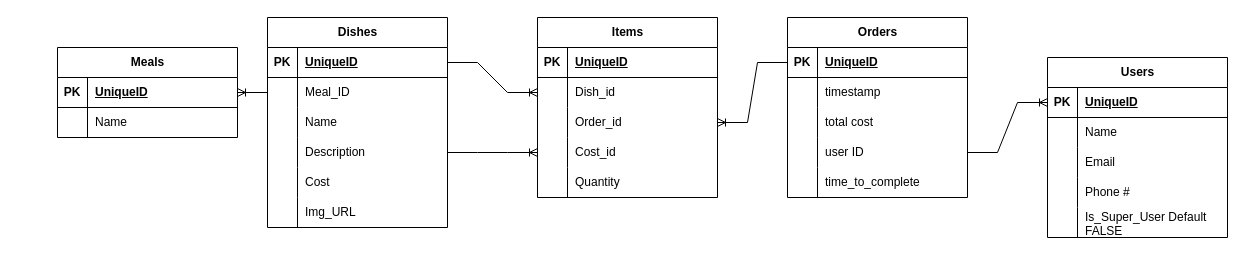
Before: planning/ED_Draft.drawio in gary92gs/foodPickupMidterm, a draw.io diagram. Source tidied: cells renumbered, new cells numbered last; positions are measured from the earlier drawing's top-left corner, leaving out a move shared by most shapes. Both pictures are drawn from the tidied source at 100%, with x=0, y=0 at pixel (57, 17).
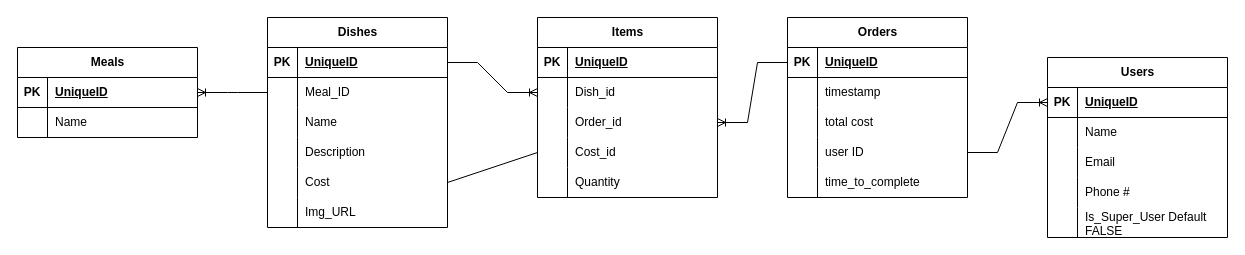
The same diagram, later.

Commit message (it also covers changes not shown here):
add initial routes and schema for meal_items

Unchanged cells that the change refers to:
```xml
<mxCell id="19" style="shape=tableRow;horizontal=0;startSize=0;swimlaneHead=0;swimlaneBody=0;fillColor=none;points=[[0,0.5],[1,0.5]];portConstraint=eastwest;top=0;left=0;right=0;bottom=0;" parent="9" vertex="1">
  <mxGeometry y="120" width="180" height="30" as="geometry" />
</mxCell>
<mxCell id="22" style="shape=tableRow;horizontal=0;startSize=0;swimlaneHead=0;swimlaneBody=0;fillColor=none;points=[[0,0.5],[1,0.5]];portConstraint=eastwest;top=0;left=0;right=0;bottom=0;" parent="9" vertex="1">
  <mxGeometry y="150" width="180" height="30" as="geometry" />
</mxCell>
<mxCell id="71" style="shape=tableRow;horizontal=0;startSize=0;swimlaneHead=0;swimlaneBody=0;fillColor=none;points=[[0,0.5],[1,0.5]];portConstraint=eastwest;top=0;left=0;right=0;bottom=0;" parent="61" vertex="1">
  <mxGeometry y="120" width="180" height="30" as="geometry" />
</mxCell>
```

What changed in the source:
```diff
@@
     <mxCell id="2" value="Meals" style="shape=table;startSize=30;childLayout=tableLayout;rowLines=0;fontStyle=1;align=center;html=1;" parent="1" vertex="1">
-      <mxGeometry y="30" width="180" height="90" as="geometry" />
+      <mxGeometry x="-40" y="30" width="180" height="90" as="geometry" />
     </mxCell>
@@
-    <mxCell id="80" style="edgeStyle=entityRelationEdgeStyle;fontSize=12;html=1;endArrow=ERoneToMany;rounded=0;exitX=1;exitY=0.5;exitDx=0;exitDy=0;entryX=0;entryY=0.5;entryDx=0;entryDy=0;" parent="1" edge="1" source="19" target="71">
-      <mxGeometry relative="1" as="geometry" />
-    </mxCell>
+    <mxCell id="81" style="endArrow=none;html=1;rounded=0;exitX=1;exitY=0.5;exitDx=0;exitDy=0;entryX=0;entryY=0.5;entryDx=0;entryDy=0;" parent="1" edge="1" source="22" target="71">
+      <mxGeometry relative="1" as="geometry" />
+    </mxCell>
```
